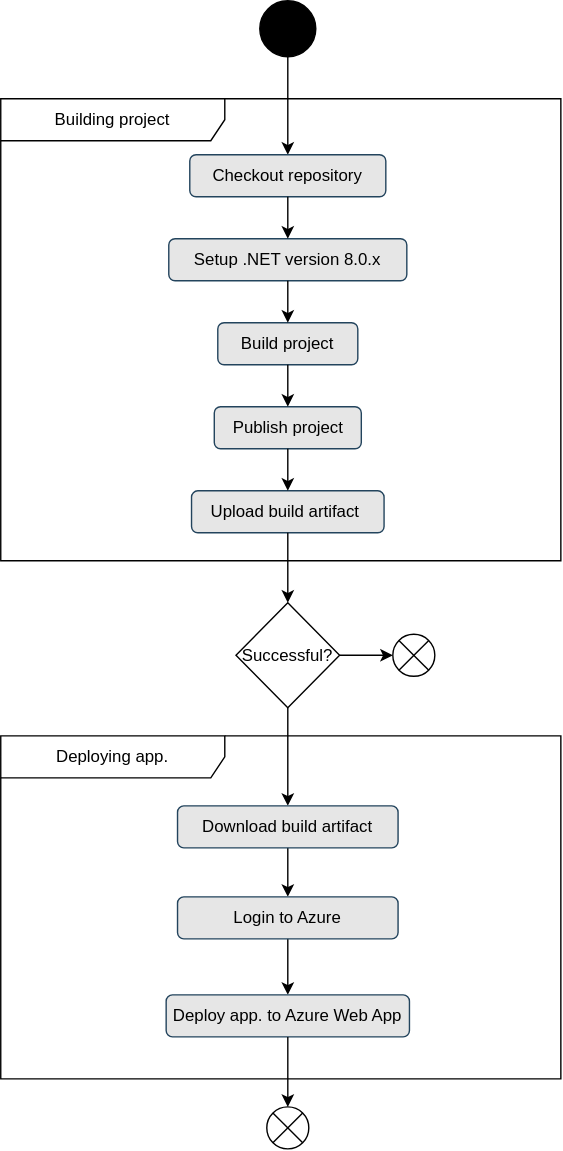
The draw.io diagram docs/Diagrams/deployment.svg in ITU-BDSA2024-GROUP22/Chirp, before a commit. Source tidied: cells renumbered, new cells last; positions are measured from the earlier drawing's top-left corner, leaving out a move shared by most shapes. The source it was exported from:
```xml
<mxGraphModel>
  <root>
    <mxCell id="0" />
    <mxCell id="1" parent="0" />
    <mxCell id="2" style="edgeStyle=orthogonalEdgeStyle;rounded=0;jettySize=auto;html=1;exitX=0.5;exitY=1;exitDx=0;exitDy=0;entryX=0.5;entryY=0;entryDx=0;entryDy=0;" parent="1" edge="1" source="3" target="5">
      <mxGeometry relative="1" as="geometry" />
    </mxCell>
    <mxCell id="3" style="ellipse;whiteSpace=wrap;html=1;fillColor=#000000;" parent="1" vertex="1">
      <mxGeometry x="185" width="40" height="40" as="geometry" />
    </mxCell>
    <mxCell id="4" value="Building project" style="shape=umlFrame;whiteSpace=wrap;html=1;width=160;" parent="1" vertex="1">
      <mxGeometry y="70" width="400" height="330" as="geometry" />
    </mxCell>
    <mxCell id="5" value="Checkout repository" style="rounded=1;whiteSpace=wrap;html=1;fillColor=#E6E6E6;strokeColor=#23445d;" parent="4" vertex="1">
      <mxGeometry x="135" y="40" width="140" height="30" as="geometry" />
    </mxCell>
    <mxCell id="6" value="Setup .NET version 8.0.x" style="rounded=1;whiteSpace=wrap;html=1;fillColor=#E6E6E6;strokeColor=#23445d;" parent="4" vertex="1">
      <mxGeometry x="120" y="100" width="170" height="30" as="geometry" />
    </mxCell>
    <mxCell id="7" style="edgeStyle=orthogonalEdgeStyle;rounded=0;jettySize=auto;html=1;exitX=0.5;exitY=1;exitDx=0;exitDy=0;entryX=0.5;entryY=0;entryDx=0;entryDy=0;" parent="4" edge="1" source="5" target="6">
      <mxGeometry relative="1" as="geometry" />
    </mxCell>
    <mxCell id="8" value="Build project" style="rounded=1;whiteSpace=wrap;html=1;fillColor=#E6E6E6;strokeColor=#23445d;" parent="4" vertex="1">
      <mxGeometry x="155" y="160" width="100" height="30" as="geometry" />
    </mxCell>
    <mxCell id="9" style="edgeStyle=orthogonalEdgeStyle;rounded=0;jettySize=auto;html=1;exitX=0.5;exitY=1;exitDx=0;exitDy=0;entryX=0.5;entryY=0;entryDx=0;entryDy=0;" parent="4" edge="1" source="6" target="8">
      <mxGeometry relative="1" as="geometry" />
    </mxCell>
    <mxCell id="10" value="Publish project" style="rounded=1;whiteSpace=wrap;html=1;fillColor=#E6E6E6;strokeColor=#23445d;" parent="4" vertex="1">
      <mxGeometry x="152.5" y="220" width="105" height="30" as="geometry" />
    </mxCell>
    <mxCell id="11" style="edgeStyle=orthogonalEdgeStyle;rounded=0;jettySize=auto;html=1;exitX=0.5;exitY=1;exitDx=0;exitDy=0;entryX=0.5;entryY=0;entryDx=0;entryDy=0;" parent="4" edge="1" source="8" target="10">
      <mxGeometry relative="1" as="geometry" />
    </mxCell>
    <mxCell id="12" value="Upload build artifact&amp;nbsp;" style="rounded=1;whiteSpace=wrap;html=1;fillColor=#E6E6E6;strokeColor=#23445d;" parent="4" vertex="1">
      <mxGeometry x="136.2" y="280" width="137.5" height="30" as="geometry" />
    </mxCell>
    <mxCell id="13" style="edgeStyle=orthogonalEdgeStyle;rounded=0;jettySize=auto;html=1;exitX=0.5;exitY=1;exitDx=0;exitDy=0;entryX=0.5;entryY=0;entryDx=0;entryDy=0;" parent="4" edge="1" source="10" target="12">
      <mxGeometry relative="1" as="geometry" />
    </mxCell>
    <mxCell id="14" style="edgeStyle=orthogonalEdgeStyle;rounded=0;jettySize=auto;html=1;exitX=0.5;exitY=1;exitDx=0;exitDy=0;exitPerimeter=0;entryX=0.5;entryY=0;entryDx=0;entryDy=0;" parent="1" edge="1" source="16" target="20">
      <mxGeometry relative="1" as="geometry" />
    </mxCell>
    <mxCell id="15" style="edgeStyle=orthogonalEdgeStyle;rounded=0;jettySize=auto;html=1;exitX=1;exitY=0.5;exitDx=0;exitDy=0;exitPerimeter=0;entryX=0;entryY=0.5;entryDx=0;entryDy=0;" parent="1" edge="1" source="16" target="24">
      <mxGeometry relative="1" as="geometry" />
    </mxCell>
    <mxCell id="16" value="Successful?" style="strokeWidth=1;html=1;shape=mxgraph.flowchart.decision;whiteSpace=wrap;" parent="1" vertex="1">
      <mxGeometry x="168" y="430" width="74" height="75" as="geometry" />
    </mxCell>
    <mxCell id="17" style="edgeStyle=orthogonalEdgeStyle;rounded=0;jettySize=auto;html=1;exitX=0.5;exitY=1;exitDx=0;exitDy=0;entryX=0.5;entryY=0;entryDx=0;entryDy=0;entryPerimeter=0;" parent="1" edge="1" source="12" target="16">
      <mxGeometry relative="1" as="geometry" />
    </mxCell>
    <mxCell id="18" value="Deploying app." style="shape=umlFrame;whiteSpace=wrap;html=1;width=160;" parent="1" vertex="1">
      <mxGeometry y="525" width="400" height="245" as="geometry" />
    </mxCell>
    <mxCell id="19" style="edgeStyle=orthogonalEdgeStyle;rounded=0;jettySize=auto;html=1;exitX=0.5;exitY=1;exitDx=0;exitDy=0;entryX=0.5;entryY=0;entryDx=0;entryDy=0;" parent="18" edge="1" source="20" target="22">
      <mxGeometry relative="1" as="geometry" />
    </mxCell>
    <mxCell id="20" value="Download build artifact" style="rounded=1;whiteSpace=wrap;html=1;fillColor=#E6E6E6;strokeColor=#23445d;" parent="18" vertex="1">
      <mxGeometry x="126.2" y="50" width="157.5" height="30" as="geometry" />
    </mxCell>
    <mxCell id="21" style="edgeStyle=orthogonalEdgeStyle;rounded=0;jettySize=auto;html=1;exitX=0.5;exitY=1;exitDx=0;exitDy=0;entryX=0.5;entryY=0;entryDx=0;entryDy=0;" parent="18" edge="1" source="22" target="23">
      <mxGeometry relative="1" as="geometry" />
    </mxCell>
    <mxCell id="22" value="Login to Azure" style="rounded=1;whiteSpace=wrap;html=1;fillColor=#E6E6E6;strokeColor=#23445d;" parent="18" vertex="1">
      <mxGeometry x="126.2" y="115" width="157.5" height="30" as="geometry" />
    </mxCell>
    <mxCell id="23" value="Deploy app. to Azure Web App" style="rounded=1;whiteSpace=wrap;html=1;fillColor=#E6E6E6;strokeColor=#23445d;" parent="18" vertex="1">
      <mxGeometry x="118.1" y="185" width="173.8" height="30" as="geometry" />
    </mxCell>
    <mxCell id="24" style="shape=sumEllipse;perimeter=ellipsePerimeter;html=1;backgroundOutline=1;" parent="1" vertex="1">
      <mxGeometry x="280" y="452.5" width="30" height="30" as="geometry" />
    </mxCell>
    <mxCell id="25" style="shape=sumEllipse;perimeter=ellipsePerimeter;html=1;backgroundOutline=1;" parent="1" vertex="1">
      <mxGeometry x="190" y="790" width="30" height="30" as="geometry" />
    </mxCell>
    <mxCell id="26" style="edgeStyle=orthogonalEdgeStyle;rounded=0;jettySize=auto;html=1;exitX=0.5;exitY=1;exitDx=0;exitDy=0;entryX=0.5;entryY=0;entryDx=0;entryDy=0;" parent="1" edge="1" source="23" target="25">
      <mxGeometry relative="1" as="geometry" />
    </mxCell>
  </root>
</mxGraphModel>
```
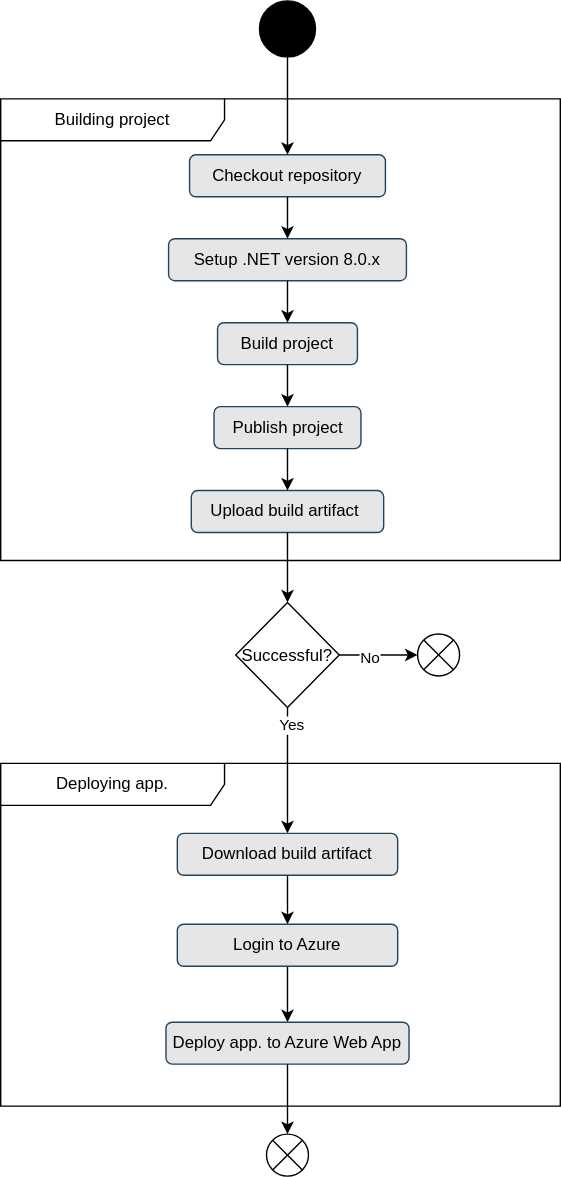
The same diagram one commit later.

The edit, as a diff of the source:
```diff
@@ -41,9 +41,17 @@
     <mxCell id="14" style="edgeStyle=orthogonalEdgeStyle;rounded=0;jettySize=auto;html=1;exitX=0.5;exitY=1;exitDx=0;exitDy=0;exitPerimeter=0;entryX=0.5;entryY=0;entryDx=0;entryDy=0;" parent="1" edge="1" source="16" target="20">
       <mxGeometry relative="1" as="geometry" />
     </mxCell>
+    <mxCell id="27" value="Yes" style="edgeLabel;html=1;align=center;verticalAlign=middle;" parent="14" vertex="1">
+      <mxGeometry x="-0.74" y="2" relative="1" as="geometry" />
+    </mxCell>
     <mxCell id="15" style="edgeStyle=orthogonalEdgeStyle;rounded=0;jettySize=auto;html=1;exitX=1;exitY=0.5;exitDx=0;exitDy=0;exitPerimeter=0;entryX=0;entryY=0.5;entryDx=0;entryDy=0;" parent="1" edge="1" source="16" target="24">
       <mxGeometry relative="1" as="geometry" />
     </mxCell>
+    <mxCell id="28" value="No" style="edgeLabel;html=1;align=center;verticalAlign=middle;" parent="15" vertex="1">
+      <mxGeometry x="-0.26" y="-1" relative="1" as="geometry">
+        <mxPoint y="1" as="offset" />
+      </mxGeometry>
+    </mxCell>
     <mxCell id="16" value="Successful?" style="strokeWidth=1;html=1;shape=mxgraph.flowchart.decision;whiteSpace=wrap;" parent="1" vertex="1">
       <mxGeometry x="168" y="430" width="74" height="75" as="geometry" />
     </mxCell>
@@ -51,7 +59,7 @@
       <mxGeometry relative="1" as="geometry" />
     </mxCell>
     <mxCell id="18" value="Deploying app." style="shape=umlFrame;whiteSpace=wrap;html=1;width=160;" parent="1" vertex="1">
-      <mxGeometry y="525" width="400" height="245" as="geometry" />
+      <mxGeometry y="545" width="400" height="245" as="geometry" />
     </mxCell>
     <mxCell id="19" style="edgeStyle=orthogonalEdgeStyle;rounded=0;jettySize=auto;html=1;exitX=0.5;exitY=1;exitDx=0;exitDy=0;entryX=0.5;entryY=0;entryDx=0;entryDy=0;" parent="18" edge="1" source="20" target="22">
       <mxGeometry relative="1" as="geometry" />
@@ -69,10 +77,10 @@
       <mxGeometry x="118.1" y="185" width="173.8" height="30" as="geometry" />
     </mxCell>
     <mxCell id="24" style="shape=sumEllipse;perimeter=ellipsePerimeter;html=1;backgroundOutline=1;" parent="1" vertex="1">
-      <mxGeometry x="280" y="452.5" width="30" height="30" as="geometry" />
+      <mxGeometry x="298" y="452.5" width="30" height="30" as="geometry" />
     </mxCell>
     <mxCell id="25" style="shape=sumEllipse;perimeter=ellipsePerimeter;html=1;backgroundOutline=1;" parent="1" vertex="1">
-      <mxGeometry x="190" y="790" width="30" height="30" as="geometry" />
+      <mxGeometry x="190" y="810" width="30" height="30" as="geometry" />
     </mxCell>
     <mxCell id="26" style="edgeStyle=orthogonalEdgeStyle;rounded=0;jettySize=auto;html=1;exitX=0.5;exitY=1;exitDx=0;exitDy=0;entryX=0.5;entryY=0;entryDx=0;entryDy=0;" parent="1" edge="1" source="23" target="25">
       <mxGeometry relative="1" as="geometry" />
```
